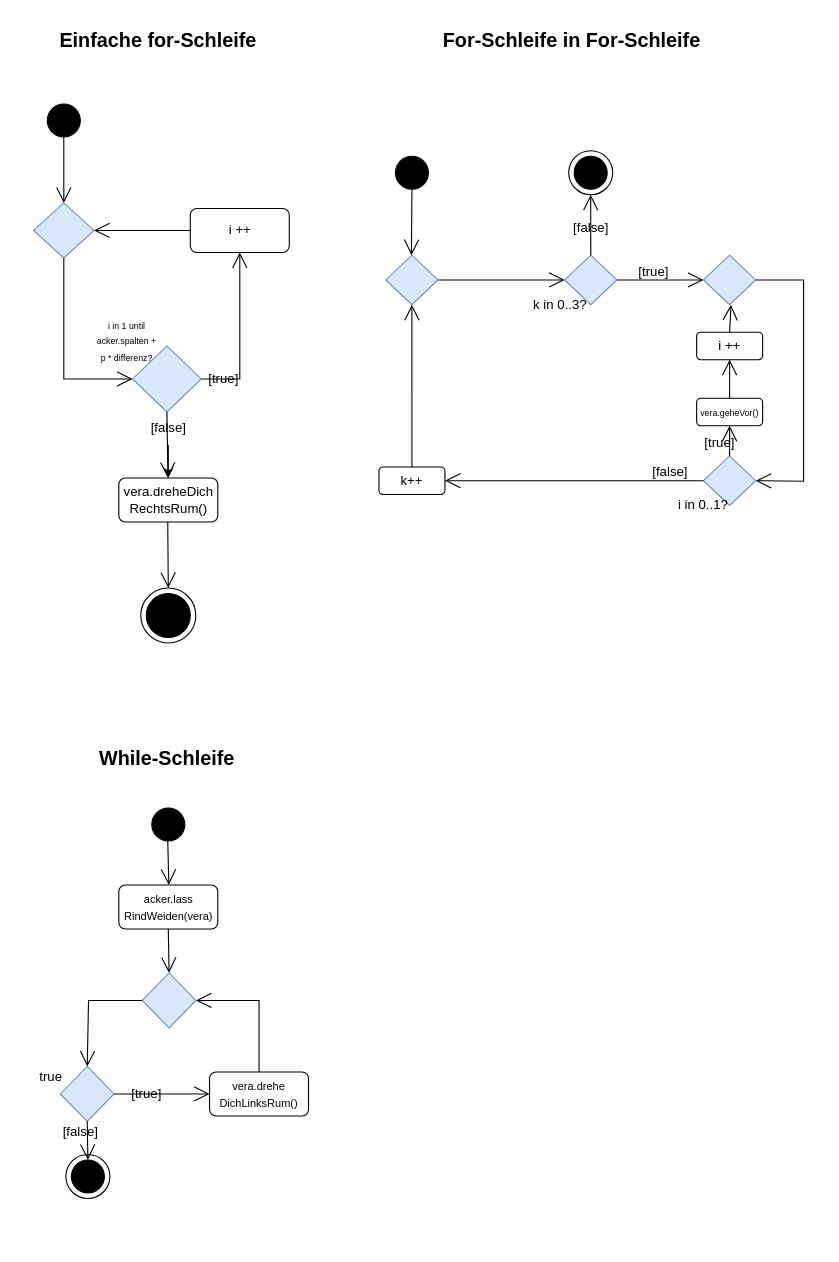
Before: page "Seite-1" (1 of 2) of Unbenanntes Diagramm.drawio in NeonEnigma/NeonEnigma, a draw.io diagram. Source tidied: cells renumbered, new cells numbered last; positions are measured from the earlier drawing's top-left corner, leaving out a move shared by most shapes. Both pictures are drawn from the tidied source at 110%, with x=0, y=0 at pixel (18, 19).
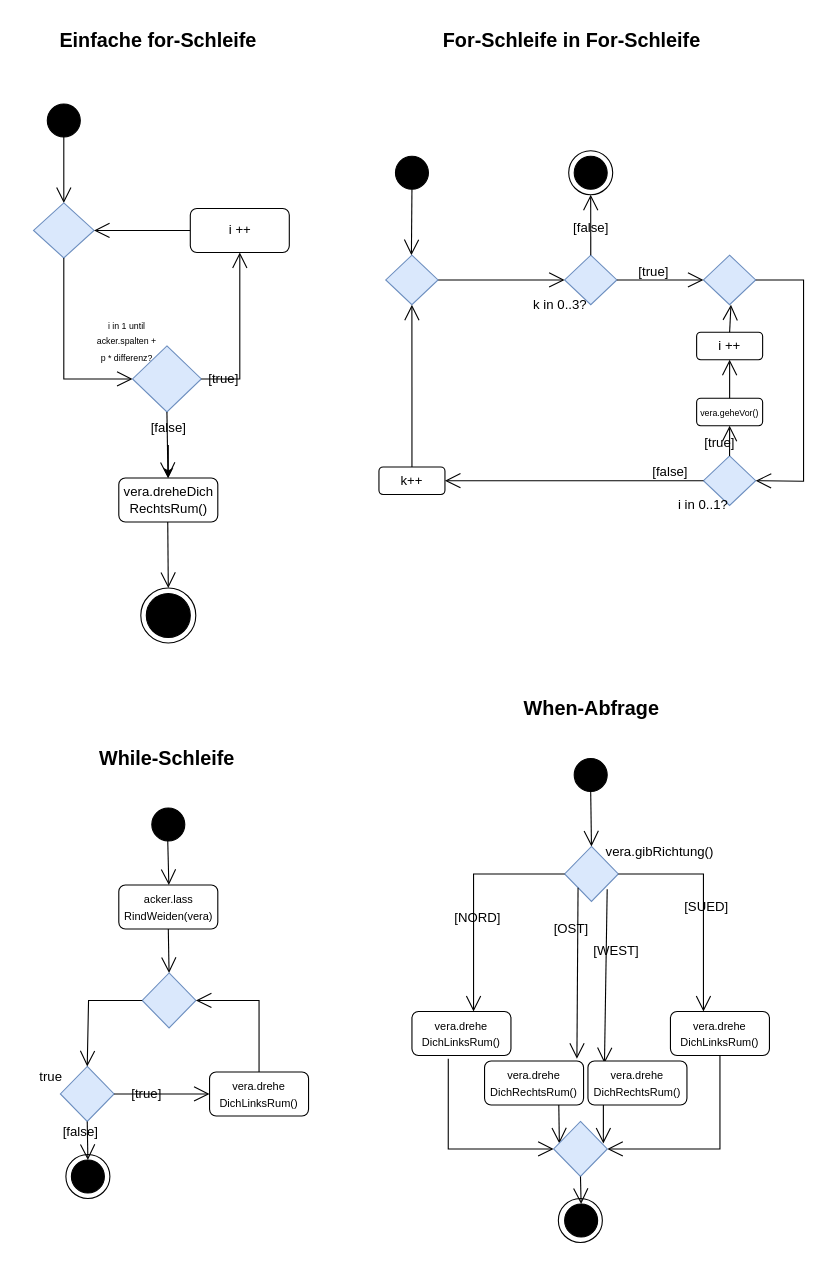
After the change.

The edit, as a diff of the source:
```diff
@@
+    <mxCell id="64" value="&lt;b&gt;&lt;font style=&quot;font-size: 18px;&quot;&gt;When-Abfrage&lt;/font&gt;&lt;/b&gt;" style="text;html=1;align=center;verticalAlign=middle;strokeColor=none;fillColor=none;" parent="1" vertex="1">
+      <mxGeometry x="445.5" y="607" width="150" height="40" as="geometry" />
+    </mxCell>
+    <mxCell id="65" style="ellipse;whiteSpace=wrap;html=1;fillColor=#000000;" parent="1" vertex="1">
+      <mxGeometry x="505.5" y="672" width="30" height="30" as="geometry" />
+    </mxCell>
+    <mxCell id="66" style="endArrow=open;endFill=1;endSize=12;html=1;rounded=0;exitX=0.5;exitY=1;exitDx=0;exitDy=0;entryX=0.5;entryY=0;entryDx=0;entryDy=0;" parent="1" edge="1" source="65" target="67">
+      <mxGeometry relative="1" as="geometry" />
+    </mxCell>
+    <mxCell id="67" style="rhombus;whiteSpace=wrap;html=1;fillColor=#dae8fc;strokeColor=#6c8ebf;" parent="1" vertex="1">
+      <mxGeometry x="496.8" y="752" width="48.8" height="50" as="geometry" />
+    </mxCell>
+    <mxCell id="68" value="vera.gibRichtung()" style="text;html=1;align=center;verticalAlign=middle;strokeColor=none;fillColor=none;" parent="1" vertex="1">
+      <mxGeometry x="523" y="742" width="120" height="30" as="geometry" />
+    </mxCell>
+    <mxCell id="69" style="endArrow=open;endFill=1;endSize=12;html=1;rounded=0;exitX=0;exitY=0.5;exitDx=0;exitDy=0;" parent="1" edge="1" source="67">
+      <mxGeometry relative="1" as="geometry">
+        <mxPoint x="414" y="902" as="targetPoint" />
+        <Array as="points">
+          <mxPoint x="414" y="777" />
+        </Array>
+      </mxGeometry>
+    </mxCell>
+    <mxCell id="70" style="endArrow=open;endFill=1;endSize=12;html=1;rounded=0;exitX=0;exitY=1;exitDx=0;exitDy=0;entryX=0.933;entryY=-0.05;entryDx=0;entryDy=0;entryPerimeter=0;" parent="1" edge="1" source="67" target="78">
+      <mxGeometry relative="1" as="geometry" />
+    </mxCell>
+    <mxCell id="71" style="endArrow=open;endFill=1;endSize=12;html=1;rounded=0;exitX=0;exitY=1;exitDx=0;exitDy=0;entryX=0.167;entryY=0.05;entryDx=0;entryDy=0;entryPerimeter=0;" parent="1" edge="1" target="79">
+      <mxGeometry relative="1" as="geometry">
+        <mxPoint x="535.5" y="791" as="sourcePoint" />
+      </mxGeometry>
+    </mxCell>
+    <mxCell id="72" style="endArrow=open;endFill=1;endSize=12;html=1;rounded=0;exitX=1;exitY=0.5;exitDx=0;exitDy=0;" parent="1" edge="1" source="67">
+      <mxGeometry relative="1" as="geometry">
+        <mxPoint x="623" y="902" as="targetPoint" />
+        <Array as="points">
+          <mxPoint x="623" y="777" />
+        </Array>
+      </mxGeometry>
+    </mxCell>
+    <mxCell id="73" value="[NORD]" style="text;html=1;align=center;verticalAlign=middle;whiteSpace=wrap;rounded=0;" parent="1" vertex="1">
+      <mxGeometry x="388" y="802" width="60" height="30" as="geometry" />
+    </mxCell>
+    <mxCell id="74" value="[OST]" style="text;html=1;align=center;verticalAlign=middle;whiteSpace=wrap;rounded=0;" parent="1" vertex="1">
+      <mxGeometry x="473" y="812" width="60" height="30" as="geometry" />
+    </mxCell>
+    <mxCell id="75" value="[WEST]" style="text;html=1;align=center;verticalAlign=middle;whiteSpace=wrap;rounded=0;" parent="1" vertex="1">
+      <mxGeometry x="514" y="832" width="60" height="30" as="geometry" />
+    </mxCell>
+    <mxCell id="76" value="[SUED]" style="text;html=1;align=center;verticalAlign=middle;whiteSpace=wrap;rounded=0;" parent="1" vertex="1">
+      <mxGeometry x="595.5" y="792" width="60" height="30" as="geometry" />
+    </mxCell>
+    <mxCell id="77" value="&lt;div&gt;&lt;font style=&quot;font-size: 10px;&quot;&gt;vera.&lt;span style=&quot;background-color: transparent; color: light-dark(rgb(0, 0, 0), rgb(255, 255, 255));&quot;&gt;drehe&lt;/span&gt;&lt;/font&gt;&lt;/div&gt;&lt;div&gt;&lt;font style=&quot;font-size: 10px;&quot;&gt;&lt;span style=&quot;background-color: transparent; color: light-dark(rgb(0, 0, 0), rgb(255, 255, 255));&quot;&gt;DichLinksRum()&lt;/span&gt;&lt;/font&gt;&lt;/div&gt;" style="rounded=1;whiteSpace=wrap;html=1;" parent="1" vertex="1">
+      <mxGeometry x="358" y="902" width="90" height="40" as="geometry" />
+    </mxCell>
+    <mxCell id="78" value="&lt;div&gt;&lt;font style=&quot;font-size: 10px;&quot;&gt;vera.&lt;span style=&quot;background-color: transparent; color: light-dark(rgb(0, 0, 0), rgb(255, 255, 255));&quot;&gt;drehe&lt;/span&gt;&lt;/font&gt;&lt;/div&gt;&lt;div&gt;&lt;font style=&quot;font-size: 10px;&quot;&gt;&lt;span style=&quot;background-color: transparent; color: light-dark(rgb(0, 0, 0), rgb(255, 255, 255));&quot;&gt;DichRechtsRum()&lt;/span&gt;&lt;/font&gt;&lt;/div&gt;" style="rounded=1;whiteSpace=wrap;html=1;" parent="1" vertex="1">
+      <mxGeometry x="424" y="947" width="90" height="40" as="geometry" />
+    </mxCell>
+    <mxCell id="79" value="&lt;div&gt;&lt;font style=&quot;font-size: 10px;&quot;&gt;vera.&lt;span style=&quot;background-color: transparent; color: light-dark(rgb(0, 0, 0), rgb(255, 255, 255));&quot;&gt;drehe&lt;/span&gt;&lt;/font&gt;&lt;/div&gt;&lt;div&gt;&lt;font style=&quot;font-size: 10px;&quot;&gt;&lt;span style=&quot;background-color: transparent; color: light-dark(rgb(0, 0, 0), rgb(255, 255, 255));&quot;&gt;DichRechtsRum()&lt;/span&gt;&lt;/font&gt;&lt;/div&gt;" style="rounded=1;whiteSpace=wrap;html=1;" parent="1" vertex="1">
+      <mxGeometry x="518" y="947" width="90" height="40" as="geometry" />
+    </mxCell>
+    <mxCell id="80" value="&lt;div&gt;&lt;font style=&quot;font-size: 10px;&quot;&gt;vera.&lt;span style=&quot;background-color: transparent; color: light-dark(rgb(0, 0, 0), rgb(255, 255, 255));&quot;&gt;drehe&lt;/span&gt;&lt;/font&gt;&lt;/div&gt;&lt;div&gt;&lt;font style=&quot;font-size: 10px;&quot;&gt;&lt;span style=&quot;background-color: transparent; color: light-dark(rgb(0, 0, 0), rgb(255, 255, 255));&quot;&gt;DichLinksRum()&lt;/span&gt;&lt;/font&gt;&lt;/div&gt;" style="rounded=1;whiteSpace=wrap;html=1;" parent="1" vertex="1">
+      <mxGeometry x="593" y="902" width="90" height="40" as="geometry" />
+    </mxCell>
+    <mxCell id="81" style="endArrow=open;endFill=1;endSize=12;html=1;rounded=0;exitX=0.367;exitY=1.075;exitDx=0;exitDy=0;exitPerimeter=0;entryX=0;entryY=0.5;entryDx=0;entryDy=0;" parent="1" edge="1" source="77" target="85">
+      <mxGeometry relative="1" as="geometry">
+        <Array as="points">
+          <mxPoint x="391" y="1027" />
+        </Array>
+      </mxGeometry>
+    </mxCell>
+    <mxCell id="82" style="endArrow=open;endFill=1;endSize=12;html=1;rounded=0;exitX=0.75;exitY=1;exitDx=0;exitDy=0;" parent="1" edge="1" source="78">
+      <mxGeometry relative="1" as="geometry">
+        <mxPoint x="492" y="1022" as="targetPoint" />
+      </mxGeometry>
+    </mxCell>
+    <mxCell id="83" style="endArrow=open;endFill=1;endSize=12;html=1;rounded=0;exitX=0.156;exitY=1;exitDx=0;exitDy=0;exitPerimeter=0;" parent="1" edge="1" source="79">
+      <mxGeometry relative="1" as="geometry">
+        <mxPoint x="532" y="1022" as="targetPoint" />
+      </mxGeometry>
+    </mxCell>
+    <mxCell id="84" style="endArrow=open;endFill=1;endSize=12;html=1;rounded=0;exitX=0.5;exitY=1;exitDx=0;exitDy=0;entryX=1;entryY=0.5;entryDx=0;entryDy=0;" parent="1" edge="1" source="80" target="85">
+      <mxGeometry relative="1" as="geometry">
+        <Array as="points">
+          <mxPoint x="638" y="1027" />
+        </Array>
+      </mxGeometry>
+    </mxCell>
+    <mxCell id="85" style="rhombus;whiteSpace=wrap;html=1;fillColor=#dae8fc;strokeColor=#6c8ebf;" parent="1" vertex="1">
+      <mxGeometry x="486.8" y="1002" width="48.8" height="50" as="geometry" />
+    </mxCell>
+    <mxCell id="86" style="endArrow=open;endFill=1;endSize=12;html=1;rounded=0;exitX=0.5;exitY=1;exitDx=0;exitDy=0;entryX=0.5;entryY=0;entryDx=0;entryDy=0;" parent="1" edge="1" source="85" target="87">
+      <mxGeometry relative="1" as="geometry" />
+    </mxCell>
+    <mxCell id="87" style="ellipse;whiteSpace=wrap;html=1;fillColor=#000000;" parent="1" vertex="1">
+      <mxGeometry x="496.8" y="1077" width="30" height="30" as="geometry" />
+    </mxCell>
+    <mxCell id="88" style="ellipse;whiteSpace=wrap;html=1;fillColor=none;" parent="1" vertex="1">
+      <mxGeometry x="491.1" y="1072" width="40" height="40" as="geometry" />
+    </mxCell>
```
